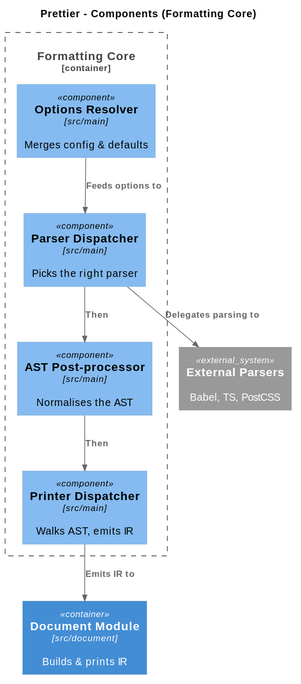
The PlantUML diagram prettier-component.svg in Software-Design-Architecture-Group-8/project, before a commit.
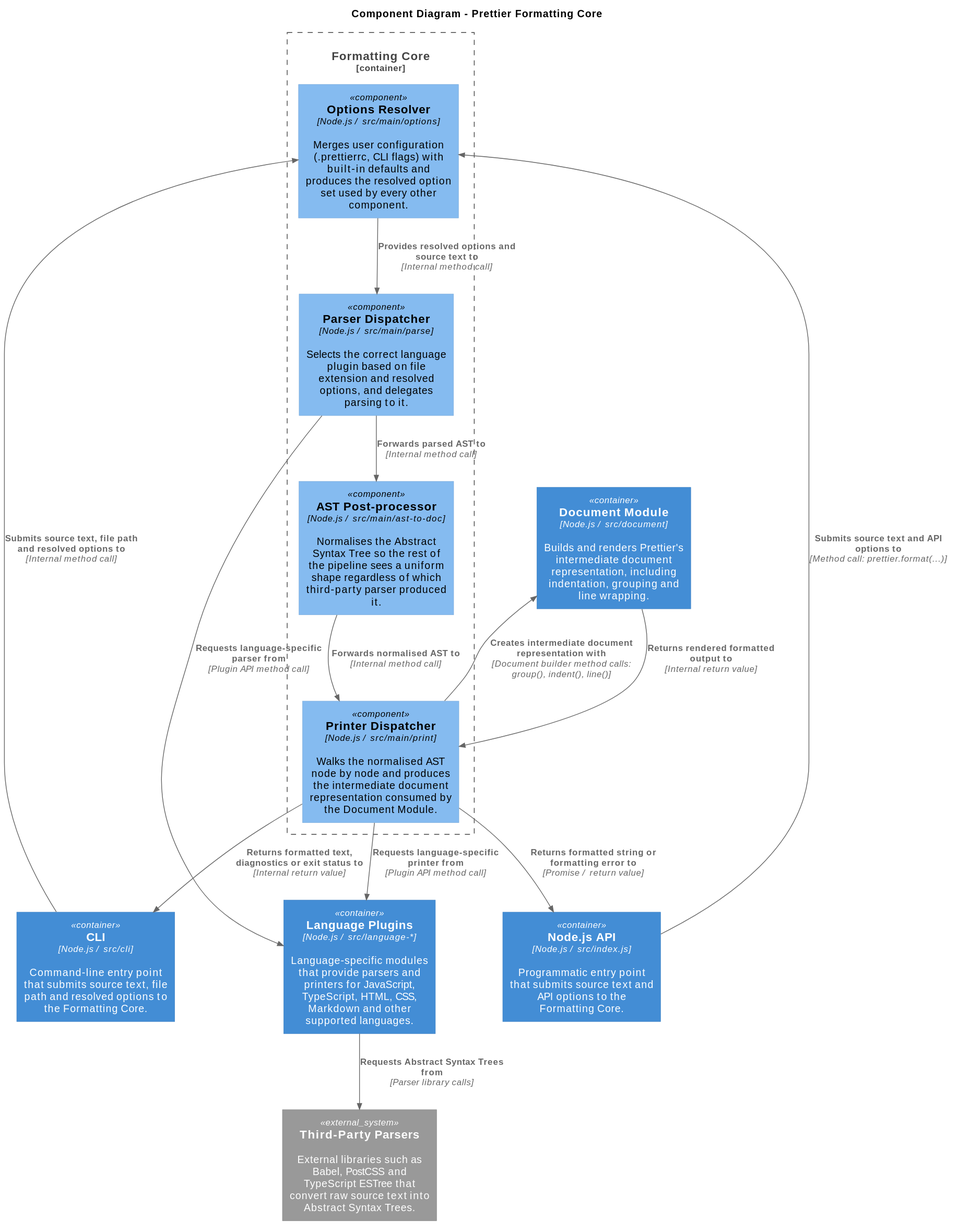
The same diagram one commit later.

The edit, as a diff of the source:
```diff
@@ -1,21 +1,49 @@
 @startuml
 !include https://raw.githubusercontent.com/plantuml-stdlib/C4-PlantUML/master/C4_Component.puml
 
-title Prettier - Components (Formatting Core)
+title Component Diagram - Prettier Formatting Core
+
+
+Container(cli, "CLI", "Node.js / src/cli", "Command-line entry point that submits source text, file path and resolved options to the Formatting Core.")
+
+Container(api, "Node.js API", "Node.js / src/index.js", "Programmatic entry point that submits source text and API options to the Formatting Core.")
+
+Container(plugins, "Language Plugins", "Node.js / src/language-*", "Language-specific modules that provide parsers and printers for JavaScript, TypeScript, HTML, CSS, Markdown and other supported languages.")
+
+Container(document, "Document Module", "Node.js / src/document", "Builds and renders Prettier's intermediate document representation, including indentation, grouping and line wrapping.")
+
+System_Ext(external_parsers, "Third-Party Parsers", "External libraries such as Babel, PostCSS and TypeScript ESTree that convert raw source text into Abstract Syntax Trees.")
+
 
 Container_Boundary(core, "Formatting Core") {
-    Component(options, "Options Resolver", "src/main", "Merges config & defaults")
-    Component(parse, "Parser Dispatcher", "src/main", "Picks the right parser")
-    Component(post, "AST Post-processor", "src/main", "Normalises the AST")
-    Component(print, "Printer Dispatcher", "src/main", "Walks AST, emits IR")
+
+    Component(options_resolver, "Options Resolver", "Node.js / src/main/options", "Merges user configuration (.prettierrc, CLI flags) with built-in defaults and produces the resolved option set used by every other component.")
+
+    Component(parser_dispatcher, "Parser Dispatcher", "Node.js / src/main/parse", "Selects the correct language plugin based on file extension and resolved options, and delegates parsing to it.")
+
+    Component(ast_postprocessor, "AST Post-processor", "Node.js / src/main/ast-to-doc", "Normalises the Abstract Syntax Tree so the rest of the pipeline sees a uniform shape regardless of which third-party parser produced it.")
+
+    Component(printer_dispatcher, "Printer Dispatcher", "Node.js / src/main/print", "Walks the normalised AST node by node and produces the intermediate document representation consumed by the Document Module.")
 }
 
-Container(document, "Document Module", "src/document", "Builds & prints IR")
-System_Ext(parsers, "External Parsers", "Babel, TS, PostCSS")
 
-Rel(options, parse, "Feeds options to")
-Rel(parse, parsers, "Delegates parsing to")
-Rel(parse, post, "Then")
-Rel(post, print, "Then")
-Rel(print, document, "Emits IR to")
+Rel(cli, options_resolver, "Submits source text, file path and resolved options to", "Internal method call")
+Rel(api, options_resolver, "Submits source text and API options to", "Method call: prettier.format(...)")
+
+
+Rel(options_resolver, parser_dispatcher, "Provides resolved options and source text to", "Internal method call")
+Rel(parser_dispatcher, ast_postprocessor, "Forwards parsed AST to", "Internal method call")
+Rel(ast_postprocessor, printer_dispatcher, "Forwards normalised AST to", "Internal method call")
+
+
+Rel(parser_dispatcher, plugins, "Requests language-specific parser from", "Plugin API method call")
+Rel(plugins, external_parsers, "Requests Abstract Syntax Trees from", "Parser library calls")
+
+Rel(printer_dispatcher, plugins, "Requests language-specific printer from", "Plugin API method call")
+Rel(printer_dispatcher, document, "Creates intermediate document representation with", "Document builder method calls: group(), indent(), line()")
+
+Rel(document, printer_dispatcher, "Returns rendered formatted output to", "Internal return value")
+
+Rel(printer_dispatcher, cli, "Returns formatted text, diagnostics or exit status to", "Internal return value")
+Rel(printer_dispatcher, api, "Returns formatted string or formatting error to", "Promise / return value")
 @enduml
```
